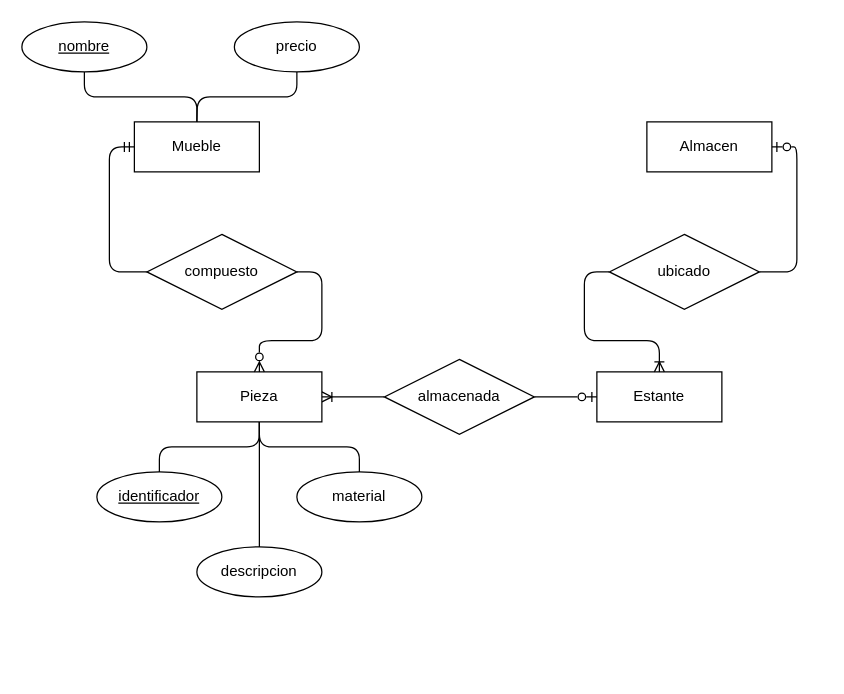
Before: Activity-2-5.drawio in xmr-p/DatabaseCharts, a draw.io diagram. Source tidied: cells renumbered, new cells numbered last; positions are measured from the earlier drawing's top-left corner, leaving out a move shared by most shapes. Both pictures are drawn from the tidied source at 125%, with x=0, y=0 at pixel (21, 21).
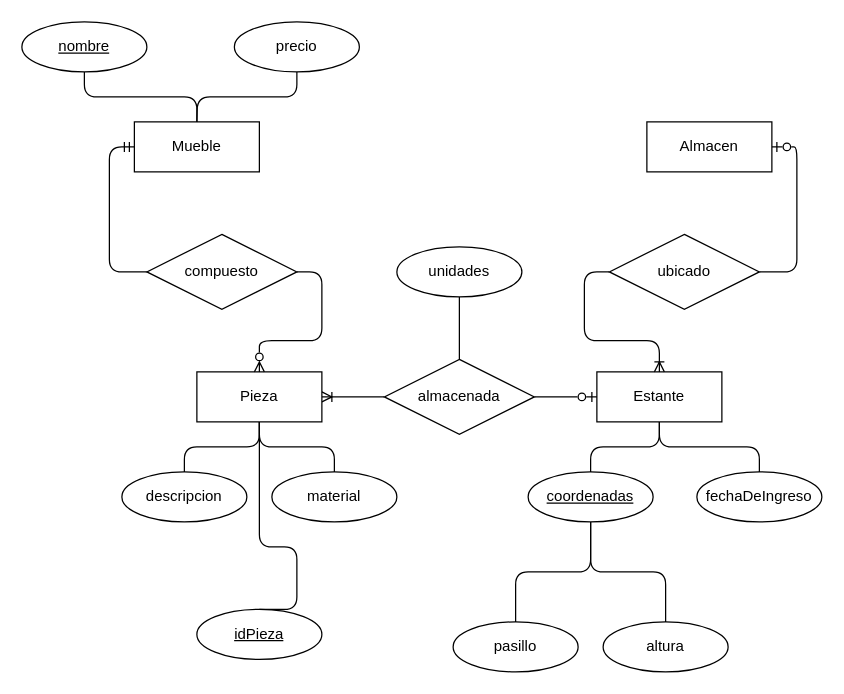
Above is the later version.

The change refers to these unchanged cells:
```xml
<mxCell id="5" value="Pieza" style="whiteSpace=wrap;html=1;align=center;" parent="1" vertex="1">
  <mxGeometry x="140" y="280" width="100" height="40" as="geometry" />
</mxCell>
<mxCell id="8" value="Estante" style="whiteSpace=wrap;html=1;align=center;" parent="1" vertex="1">
  <mxGeometry x="460" y="280" width="100" height="40" as="geometry" />
</mxCell>
<mxCell id="12" value="almacenada" style="shape=rhombus;perimeter=rhombusPerimeter;whiteSpace=wrap;html=1;align=center;" parent="1" vertex="1">
  <mxGeometry x="290" y="270" width="120" height="60" as="geometry" />
</mxCell>
```

Change to the diagram source:
```diff
@@
     <mxCell id="19" style="edgeStyle=orthogonalEdgeStyle;rounded=1;jettySize=auto;html=1;exitX=0.5;exitY=0;exitDx=0;exitDy=0;entryX=0.5;entryY=1;entryDx=0;entryDy=0;endArrow=none;endFill=0;curved=0;" parent="1" edge="1" source="20" target="5">
-      <mxGeometry relative="1" as="geometry" />
+      <mxGeometry relative="1" as="geometry">
+        <Array as="points">
+          <mxPoint x="220" y="420" />
+          <mxPoint x="190" y="420" />
+        </Array>
+      </mxGeometry>
     </mxCell>
-    <mxCell id="20" value="identificador" style="ellipse;whiteSpace=wrap;html=1;align=center;fontStyle=4;" parent="1" vertex="1">
-      <mxGeometry x="60" y="360" width="100" height="40" as="geometry" />
+    <mxCell id="20" value="idPieza" style="ellipse;whiteSpace=wrap;html=1;align=center;fontStyle=4;" parent="1" vertex="1">
+      <mxGeometry x="140" y="470" width="100" height="40" as="geometry" />
     </mxCell>
@@
     <mxCell id="22" value="descripcion" style="ellipse;whiteSpace=wrap;html=1;align=center;" parent="1" vertex="1">
-      <mxGeometry x="140" y="420" width="100" height="40" as="geometry" />
+      <mxGeometry x="80" y="360" width="100" height="40" as="geometry" />
     </mxCell>
@@
     <mxCell id="24" value="material" style="ellipse;whiteSpace=wrap;html=1;align=center;" parent="1" vertex="1">
-      <mxGeometry x="220" y="360" width="100" height="40" as="geometry" />
+      <mxGeometry x="200" y="360" width="100" height="40" as="geometry" />
     </mxCell>
+    <mxCell id="25" style="edgeStyle=orthogonalEdgeStyle;rounded=1;jettySize=auto;html=1;exitX=0.5;exitY=0;exitDx=0;exitDy=0;entryX=0.5;entryY=1;entryDx=0;entryDy=0;curved=0;endArrow=none;endFill=0;" parent="1" edge="1" source="26" target="8">
+      <mxGeometry relative="1" as="geometry" />
+    </mxCell>
+    <mxCell id="26" value="coordenadas" style="ellipse;whiteSpace=wrap;html=1;align=center;fontStyle=4;" parent="1" vertex="1">
+      <mxGeometry x="405" y="360" width="100" height="40" as="geometry" />
+    </mxCell>
+    <mxCell id="27" style="edgeStyle=orthogonalEdgeStyle;rounded=1;jettySize=auto;html=1;exitX=0.5;exitY=0;exitDx=0;exitDy=0;entryX=0.5;entryY=1;entryDx=0;entryDy=0;curved=0;endArrow=none;endFill=0;" parent="1" edge="1" source="28" target="8">
+      <mxGeometry relative="1" as="geometry" />
+    </mxCell>
+    <mxCell id="28" value="fechaDeIngreso" style="ellipse;whiteSpace=wrap;html=1;align=center;" parent="1" vertex="1">
+      <mxGeometry x="540" y="360" width="100" height="40" as="geometry" />
+    </mxCell>
+    <mxCell id="29" style="edgeStyle=orthogonalEdgeStyle;rounded=1;jettySize=auto;html=1;exitX=0.5;exitY=0;exitDx=0;exitDy=0;entryX=0.5;entryY=1;entryDx=0;entryDy=0;curved=0;endArrow=none;endFill=0;" parent="1" edge="1" source="30" target="26">
+      <mxGeometry relative="1" as="geometry" />
+    </mxCell>
+    <mxCell id="30" value="pasillo" style="ellipse;whiteSpace=wrap;html=1;align=center;" parent="1" vertex="1">
+      <mxGeometry x="345" y="480" width="100" height="40" as="geometry" />
+    </mxCell>
+    <mxCell id="31" style="edgeStyle=orthogonalEdgeStyle;rounded=1;jettySize=auto;html=1;exitX=0.5;exitY=0;exitDx=0;exitDy=0;entryX=0.5;entryY=1;entryDx=0;entryDy=0;curved=0;endArrow=none;endFill=0;" parent="1" edge="1" source="32" target="26">
+      <mxGeometry relative="1" as="geometry" />
+    </mxCell>
+    <mxCell id="32" value="altura" style="ellipse;whiteSpace=wrap;html=1;align=center;" parent="1" vertex="1">
+      <mxGeometry x="465" y="480" width="100" height="40" as="geometry" />
+    </mxCell>
+    <mxCell id="33" style="edgeStyle=orthogonalEdgeStyle;rounded=1;jettySize=auto;html=1;exitX=0.5;exitY=1;exitDx=0;exitDy=0;entryX=0.5;entryY=0;entryDx=0;entryDy=0;endArrow=none;endFill=0;curved=0;" parent="1" edge="1" source="34" target="12">
+      <mxGeometry relative="1" as="geometry" />
+    </mxCell>
+    <mxCell id="34" value="unidades" style="ellipse;whiteSpace=wrap;html=1;align=center;" parent="1" vertex="1">
+      <mxGeometry x="300" y="180" width="100" height="40" as="geometry" />
+    </mxCell>
```
